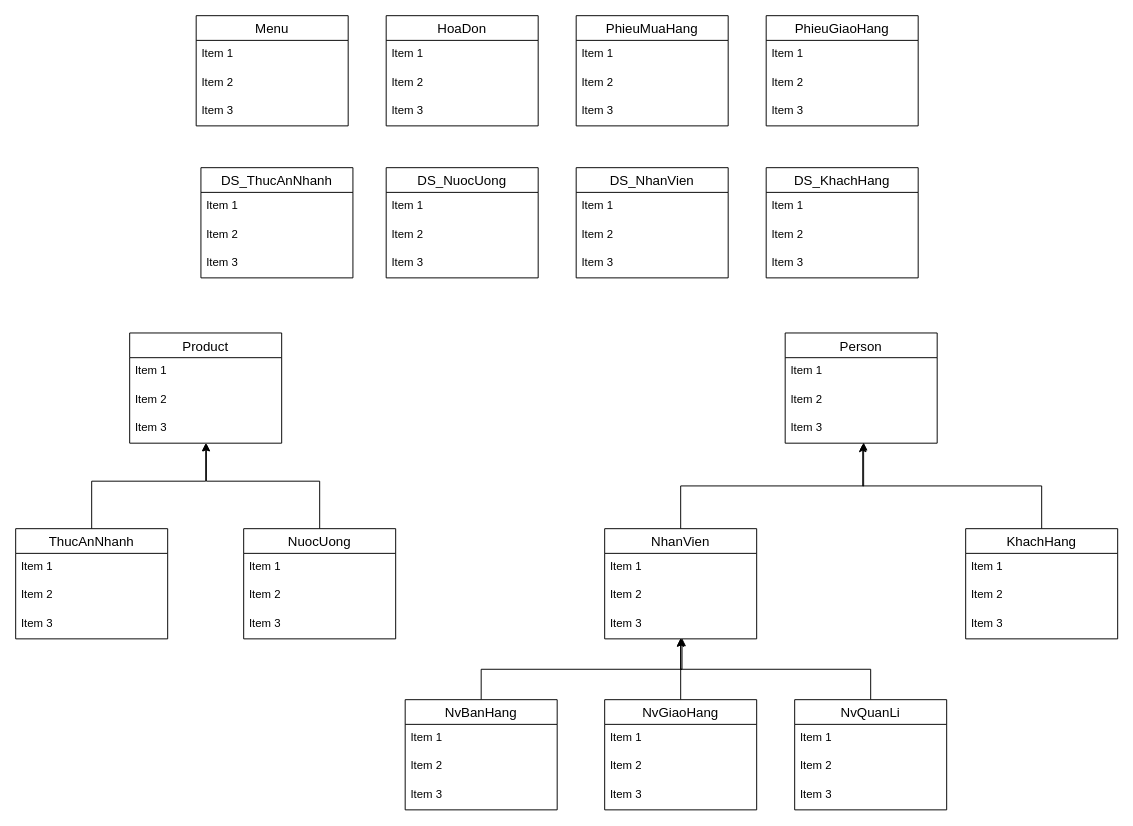
Earlier version of the draw.io diagram ConstructorDiagram.drawio (EdgarIgnite16/Fast-food-store-Manager-OOP). Source tidied: cells renumbered, new cells numbered last; positions are measured from the earlier drawing's top-left corner, leaving out a move shared by most shapes. Both pictures are drawn from the tidied source at 95%, with x=0, y=0 at pixel (15, 15).
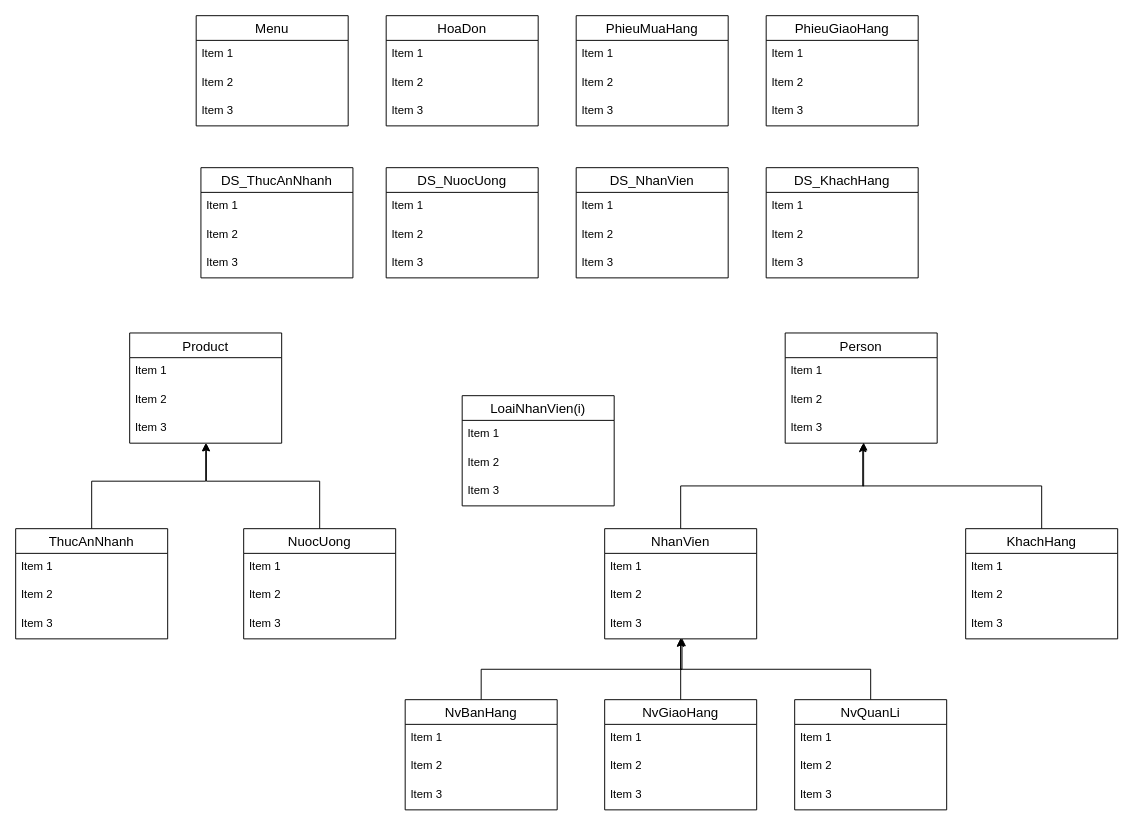
The same page after the edit.

Change to the diagram source:
```diff
@@
+    <mxCell id="77" value="LoaiNhanVien(i)" style="swimlane;fontStyle=0;horizontal=1;startSize=26;align=center;fontSize=14;" parent="1" vertex="1">
+      <mxGeometry x="470" y="400" width="160" height="116" as="geometry" />
+    </mxCell>
+    <mxCell id="78" value="Item 1" style="text;strokeColor=none;fillColor=none;spacingLeft=4;spacingRight=4;overflow=hidden;fontSize=12;" parent="77" vertex="1">
+      <mxGeometry y="26" width="160" height="30" as="geometry" />
+    </mxCell>
+    <mxCell id="79" value="Item 2" style="text;strokeColor=none;fillColor=none;spacingLeft=4;spacingRight=4;overflow=hidden;fontSize=12;" parent="77" vertex="1">
+      <mxGeometry y="56" width="160" height="30" as="geometry" />
+    </mxCell>
+    <mxCell id="80" value="Item 3" style="text;strokeColor=none;fillColor=none;spacingLeft=4;spacingRight=4;overflow=hidden;fontSize=12;" parent="77" vertex="1">
+      <mxGeometry y="86" width="160" height="30" as="geometry" />
+    </mxCell>
```
